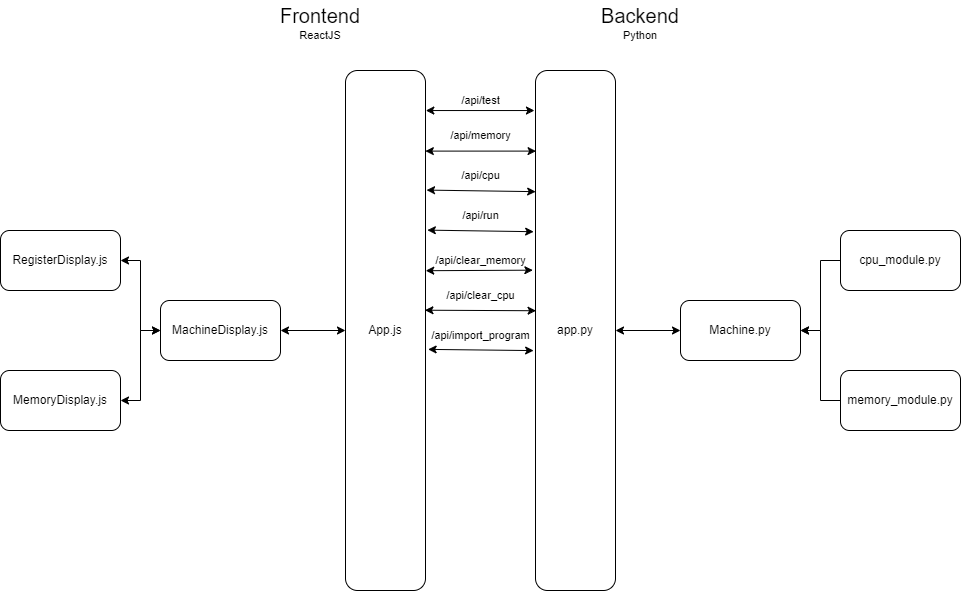
Before: architecture.png, a diagram exported from draw.io (FarisAMZ71/BrookshearMachine). Source tidied: cells renumbered, new cells last; positions are measured from the earlier drawing's top-left corner, leaving out a move shared by most shapes.
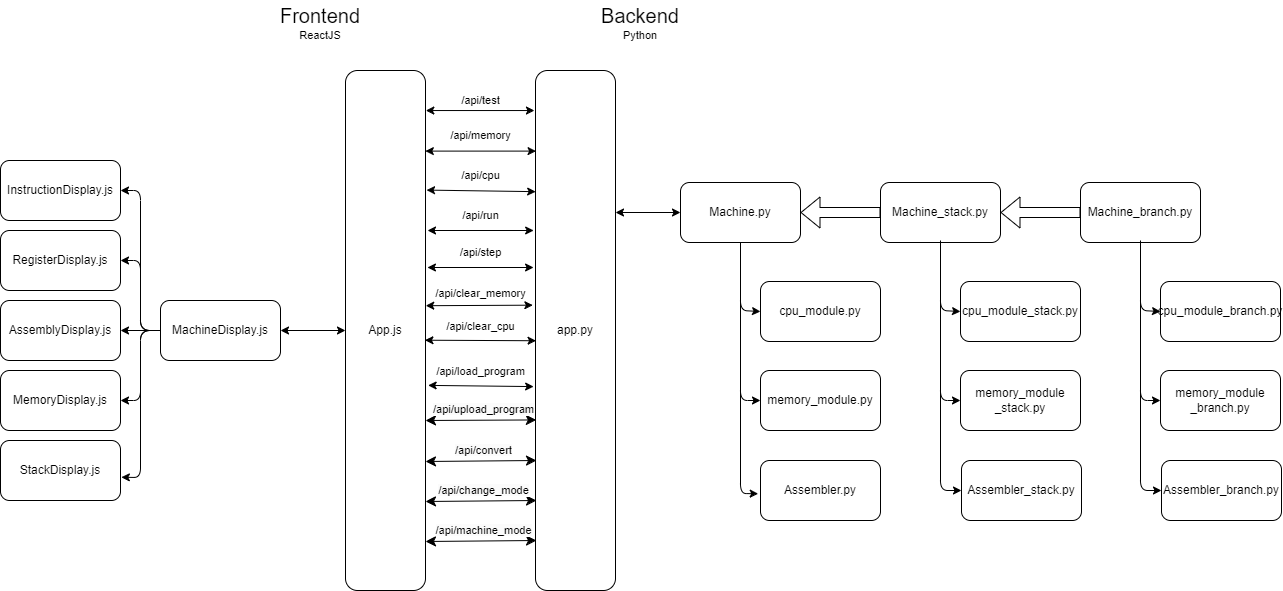
After the commit.

What changed in the source:
```diff
@@ -5,6 +5,33 @@
     <mxCell id="2" value="app.py" style="rounded=1;whiteSpace=wrap;html=1;" parent="1" vertex="1">
       <mxGeometry x="535" y="70" width="80" height="520" as="geometry" />
     </mxCell>
+    <mxCell id="34" style="edgeStyle=none;html=1;exitX=0;exitY=0.5;exitDx=0;exitDy=0;entryX=1;entryY=0.5;entryDx=0;entryDy=0;" parent="1" edge="1" source="3" target="31">
+      <mxGeometry relative="1" as="geometry">
+        <Array as="points">
+          <mxPoint x="140" y="330" />
+          <mxPoint x="140" y="260" />
+        </Array>
+      </mxGeometry>
+    </mxCell>
+    <mxCell id="35" style="edgeStyle=none;html=1;exitX=0;exitY=0.5;exitDx=0;exitDy=0;entryX=1;entryY=0.5;entryDx=0;entryDy=0;" parent="1" edge="1" source="3" target="40">
+      <mxGeometry relative="1" as="geometry" />
+    </mxCell>
+    <mxCell id="36" style="edgeStyle=none;html=1;exitX=0;exitY=0.5;exitDx=0;exitDy=0;entryX=1;entryY=0.5;entryDx=0;entryDy=0;" parent="1" edge="1" source="3" target="33">
+      <mxGeometry relative="1" as="geometry">
+        <Array as="points">
+          <mxPoint x="140" y="330" />
+          <mxPoint x="140" y="400" />
+        </Array>
+      </mxGeometry>
+    </mxCell>
+    <mxCell id="37" style="edgeStyle=none;html=1;exitX=0;exitY=0.5;exitDx=0;exitDy=0;entryX=1;entryY=0.5;entryDx=0;entryDy=0;" parent="1" edge="1" source="3" target="49">
+      <mxGeometry relative="1" as="geometry">
+        <Array as="points">
+          <mxPoint x="140" y="330" />
+          <mxPoint x="140" y="190" />
+        </Array>
+      </mxGeometry>
+    </mxCell>
     <mxCell id="3" value="MachineDisplay.js" style="rounded=1;whiteSpace=wrap;html=1;" parent="1" vertex="1">
       <mxGeometry x="160" y="300" width="120" height="60" as="geometry" />
     </mxCell>
@@ -20,34 +47,33 @@
     <mxCell id="7" value="&lt;font style=&quot;font-size: 11px;&quot;&gt;ReactJS&lt;/font&gt;" style="text;strokeColor=none;align=center;fillColor=none;html=1;verticalAlign=middle;whiteSpace=wrap;rounded=0;" parent="1" vertex="1">
       <mxGeometry x="290" y="20" width="60" height="30" as="geometry" />
     </mxCell>
-    <mxCell id="8" style="edgeStyle=none;rounded=0;html=1;exitX=0;exitY=0.5;exitDx=0;exitDy=0;entryX=1;entryY=0.5;entryDx=0;entryDy=0;strokeColor=default;fontSize=11;startArrow=classic;startFill=1;" parent="1" edge="1" source="9" target="2">
-      <mxGeometry relative="1" as="geometry" />
+    <mxCell id="8" style="edgeStyle=none;rounded=0;html=1;exitX=0;exitY=0.5;exitDx=0;exitDy=0;entryX=1;entryY=0.5;entryDx=0;entryDy=0;strokeColor=default;fontSize=11;startArrow=classic;startFill=1;" parent="1" edge="1" source="9">
+      <mxGeometry relative="1" as="geometry">
+        <mxPoint x="615" y="212" as="targetPoint" />
+      </mxGeometry>
     </mxCell>
+    <mxCell id="38" style="edgeStyle=none;html=1;exitX=0.5;exitY=1;exitDx=0;exitDy=0;entryX=0;entryY=0.5;entryDx=0;entryDy=0;" parent="1" edge="1" source="9" target="45">
+      <mxGeometry relative="1" as="geometry">
+        <Array as="points">
+          <mxPoint x="740" y="310" />
+        </Array>
+      </mxGeometry>
+    </mxCell>
+    <mxCell id="39" style="edgeStyle=none;html=1;exitX=0.5;exitY=1;exitDx=0;exitDy=0;entryX=0;entryY=0.5;entryDx=0;entryDy=0;" parent="1" edge="1" source="9" target="46">
+      <mxGeometry relative="1" as="geometry">
+        <Array as="points">
+          <mxPoint x="740" y="400" />
+        </Array>
+      </mxGeometry>
+    </mxCell>
     <mxCell id="9" value="Machine.py" style="rounded=1;whiteSpace=wrap;html=1;" parent="1" vertex="1">
-      <mxGeometry x="680" y="300" width="120" height="60" as="geometry" />
+      <mxGeometry x="680" y="182" width="120" height="60" as="geometry" />
     </mxCell>
-    <mxCell id="10" style="edgeStyle=none;rounded=0;html=1;exitX=0;exitY=0.5;exitDx=0;exitDy=0;entryX=1;entryY=0.5;entryDx=0;entryDy=0;strokeColor=default;fontSize=11;" parent="1" edge="1" source="11" target="9">
-      <mxGeometry relative="1" as="geometry">
-        <Array as="points">
-          <mxPoint x="820" y="260" />
-          <mxPoint x="820" y="330" />
-        </Array>
-      </mxGeometry>
-    </mxCell>
-    <mxCell id="11" value="cpu_module.py" style="rounded=1;whiteSpace=wrap;html=1;" parent="1" vertex="1">
-      <mxGeometry x="840" y="230" width="120" height="60" as="geometry" />
+    <mxCell id="11" value="cpu_module_stack.py" style="rounded=1;whiteSpace=wrap;html=1;" parent="1" vertex="1">
+      <mxGeometry x="960" y="281" width="120" height="60" as="geometry" />
     </mxCell>
-    <mxCell id="12" style="edgeStyle=none;rounded=0;html=1;exitX=0;exitY=0.5;exitDx=0;exitDy=0;strokeColor=default;fontSize=11;" parent="1" edge="1" source="13">
-      <mxGeometry relative="1" as="geometry">
-        <mxPoint x="800" y="330" as="targetPoint" />
-        <Array as="points">
-          <mxPoint x="820" y="400" />
-          <mxPoint x="820" y="330" />
-        </Array>
-      </mxGeometry>
-    </mxCell>
-    <mxCell id="13" value="memory_module.py" style="rounded=1;whiteSpace=wrap;html=1;" parent="1" vertex="1">
-      <mxGeometry x="840" y="370" width="120" height="60" as="geometry" />
+    <mxCell id="13" value="memory_module&lt;div&gt;_stack.py&lt;/div&gt;" style="rounded=1;whiteSpace=wrap;html=1;" parent="1" vertex="1">
+      <mxGeometry x="960" y="370" width="120" height="60" as="geometry" />
     </mxCell>
     <mxCell id="14" style="edgeStyle=none;rounded=0;html=1;exitX=0;exitY=0.5;exitDx=0;exitDy=0;strokeColor=default;fontSize=11;startArrow=classic;startFill=1;" parent="1" edge="1" source="15" target="3">
       <mxGeometry relative="1" as="geometry" />
@@ -64,14 +90,23 @@
     <mxCell id="18" style="edgeStyle=none;rounded=0;html=1;exitX=1.013;exitY=0.23;exitDx=0;exitDy=0;entryX=0.002;entryY=0.233;entryDx=0;entryDy=0;strokeColor=default;fontSize=11;startArrow=classic;startFill=1;entryPerimeter=0;exitPerimeter=0;" parent="1" edge="1" source="15" target="2">
       <mxGeometry relative="1" as="geometry" />
     </mxCell>
-    <mxCell id="19" style="edgeStyle=none;rounded=0;html=1;exitX=1.023;exitY=0.307;exitDx=0;exitDy=0;entryX=-0.023;entryY=0.31;entryDx=0;entryDy=0;strokeColor=default;fontSize=11;startArrow=classic;startFill=1;entryPerimeter=0;exitPerimeter=0;" parent="1" edge="1" source="15" target="2">
-      <mxGeometry relative="1" as="geometry" />
+    <mxCell id="19" style="edgeStyle=none;rounded=0;html=1;entryX=-0.023;entryY=0.31;entryDx=0;entryDy=0;strokeColor=default;fontSize=11;startArrow=classic;startFill=1;entryPerimeter=0;" parent="1" edge="1">
+      <mxGeometry relative="1" as="geometry">
+        <mxPoint x="427" y="230" as="sourcePoint" />
+        <mxPoint x="533.2" y="230" as="targetPoint" />
+      </mxGeometry>
     </mxCell>
-    <mxCell id="20" style="edgeStyle=none;rounded=0;html=1;exitX=1.003;exitY=0.385;exitDx=0;exitDy=0;entryX=-0.033;entryY=0.384;entryDx=0;entryDy=0;strokeColor=default;fontSize=11;startArrow=classic;startFill=1;entryPerimeter=0;exitPerimeter=0;" parent="1" edge="1" source="15" target="2">
-      <mxGeometry relative="1" as="geometry" />
+    <mxCell id="20" style="edgeStyle=none;rounded=0;html=1;exitX=1.003;exitY=0.385;exitDx=0;exitDy=0;entryX=-0.033;entryY=0.384;entryDx=0;entryDy=0;strokeColor=default;fontSize=11;startArrow=classic;startFill=1;entryPerimeter=0;exitPerimeter=0;" parent="1" edge="1">
+      <mxGeometry relative="1" as="geometry">
+        <mxPoint x="425.2" y="305.2" as="sourcePoint" />
+        <mxPoint x="532.4" y="304.7" as="targetPoint" />
+      </mxGeometry>
     </mxCell>
-    <mxCell id="21" style="edgeStyle=none;rounded=0;html=1;exitX=0.993;exitY=0.461;exitDx=0;exitDy=0;entryX=0.007;entryY=0.462;entryDx=0;entryDy=0;strokeColor=default;fontSize=11;startArrow=classic;startFill=1;entryPerimeter=0;exitPerimeter=0;" parent="1" edge="1" source="15" target="2">
-      <mxGeometry relative="1" as="geometry" />
+    <mxCell id="21" style="edgeStyle=none;rounded=0;html=1;exitX=0.993;exitY=0.461;exitDx=0;exitDy=0;entryX=0.007;entryY=0.462;entryDx=0;entryDy=0;strokeColor=default;fontSize=11;startArrow=classic;startFill=1;entryPerimeter=0;exitPerimeter=0;" parent="1" edge="1">
+      <mxGeometry relative="1" as="geometry">
+        <mxPoint x="424.4" y="339.7" as="sourcePoint" />
+        <mxPoint x="535.6" y="340.2" as="targetPoint" />
+      </mxGeometry>
     </mxCell>
     <mxCell id="22" style="edgeStyle=none;rounded=0;html=1;exitX=0.024;exitY=0.963;exitDx=0;exitDy=0;entryX=0.983;entryY=1.003;entryDx=0;entryDy=0;strokeColor=default;fontSize=11;startArrow=classic;startFill=1;entryPerimeter=0;exitPerimeter=0;" parent="1" edge="1" source="29" target="29">
       <mxGeometry relative="1" as="geometry" />
@@ -88,36 +123,173 @@
     <mxCell id="26" value="/api/run" style="text;html=1;align=center;verticalAlign=middle;strokeColor=none;fillColor=none;fontSize=11;" parent="1" vertex="1">
       <mxGeometry x="450" y="200" width="60" height="30" as="geometry" />
     </mxCell>
-    <mxCell id="27" value="/api/clear_memory" style="text;html=1;align=center;verticalAlign=middle;strokeColor=none;fillColor=none;fontSize=11;" parent="1" vertex="1">
-      <mxGeometry x="425" y="245" width="110" height="30" as="geometry" />
-    </mxCell>
     <mxCell id="28" value="/api/clear_cpu" style="text;html=1;align=center;verticalAlign=middle;strokeColor=none;fillColor=none;fontSize=11;" parent="1" vertex="1">
-      <mxGeometry x="435" y="280" width="90" height="30" as="geometry" />
+      <mxGeometry x="435" y="311" width="90" height="30" as="geometry" />
     </mxCell>
-    <mxCell id="29" value="/api/import_program" style="text;html=1;align=center;verticalAlign=middle;points=[];strokeColor=none;fillColor=none;fontSize=11;" parent="1" vertex="1">
-      <mxGeometry x="425" y="320" width="110" height="30" as="geometry" />
+    <mxCell id="29" value="/api/load_program" style="text;html=1;align=center;verticalAlign=middle;points=[];strokeColor=none;fillColor=none;fontSize=11;" parent="1" vertex="1">
+      <mxGeometry x="425" y="356" width="110" height="30" as="geometry" />
     </mxCell>
-    <mxCell id="30" style="edgeStyle=none;rounded=0;html=1;exitX=1;exitY=0.5;exitDx=0;exitDy=0;entryX=0;entryY=0.5;entryDx=0;entryDy=0;strokeColor=default;fontSize=11;startArrow=classic;startFill=1;" parent="1" edge="1" source="31" target="3">
-      <mxGeometry relative="1" as="geometry">
-        <Array as="points">
-          <mxPoint x="140" y="260" />
-          <mxPoint x="140" y="330" />
-        </Array>
-      </mxGeometry>
-    </mxCell>
     <mxCell id="31" value="RegisterDisplay.js" style="rounded=1;whiteSpace=wrap;html=1;" parent="1" vertex="1">
       <mxGeometry y="230" width="120" height="60" as="geometry" />
     </mxCell>
-    <mxCell id="32" style="edgeStyle=none;rounded=0;html=1;exitX=1;exitY=0.5;exitDx=0;exitDy=0;entryX=0;entryY=0.5;entryDx=0;entryDy=0;strokeColor=default;fontSize=11;startArrow=classic;startFill=1;" parent="1" edge="1" source="33" target="3">
-      <mxGeometry relative="1" as="geometry">
-        <Array as="points">
-          <mxPoint x="140" y="400" />
-          <mxPoint x="140" y="330" />
-        </Array>
-      </mxGeometry>
-    </mxCell>
     <mxCell id="33" value="MemoryDisplay.js" style="rounded=1;whiteSpace=wrap;html=1;" parent="1" vertex="1">
       <mxGeometry y="370" width="120" height="60" as="geometry" />
     </mxCell>
+    <mxCell id="40" value="AssemblyDisplay.js" style="rounded=1;whiteSpace=wrap;html=1;" parent="1" vertex="1">
+      <mxGeometry y="300" width="120" height="60" as="geometry" />
+    </mxCell>
+    <mxCell id="41" style="edgeStyle=none;html=1;exitX=0.5;exitY=1;exitDx=0;exitDy=0;entryX=0;entryY=0.5;entryDx=0;entryDy=0;" parent="1" edge="1" source="44" target="11">
+      <mxGeometry relative="1" as="geometry">
+        <Array as="points">
+          <mxPoint x="940" y="310" />
+        </Array>
+      </mxGeometry>
+    </mxCell>
+    <mxCell id="42" style="edgeStyle=none;html=1;exitX=0.5;exitY=1;exitDx=0;exitDy=0;entryX=0;entryY=0.5;entryDx=0;entryDy=0;" parent="1" edge="1" source="44" target="13">
+      <mxGeometry relative="1" as="geometry">
+        <Array as="points">
+          <mxPoint x="940" y="400" />
+        </Array>
+      </mxGeometry>
+    </mxCell>
+    <mxCell id="43" style="edgeStyle=none;html=1;shape=flexArrow;" parent="1" edge="1" source="44" target="9">
+      <mxGeometry relative="1" as="geometry" />
+    </mxCell>
+    <mxCell id="44" value="Machine_stack.py" style="rounded=1;whiteSpace=wrap;html=1;" parent="1" vertex="1">
+      <mxGeometry x="880" y="182" width="120" height="60" as="geometry" />
+    </mxCell>
+    <mxCell id="45" value="cpu_module.py" style="rounded=1;whiteSpace=wrap;html=1;" parent="1" vertex="1">
+      <mxGeometry x="760" y="281" width="120" height="60" as="geometry" />
+    </mxCell>
+    <mxCell id="46" value="memory_module.py" style="rounded=1;whiteSpace=wrap;html=1;" parent="1" vertex="1">
+      <mxGeometry x="760" y="370" width="120" height="60" as="geometry" />
+    </mxCell>
+    <mxCell id="47" value="Assembler.py" style="rounded=1;whiteSpace=wrap;html=1;" parent="1" vertex="1">
+      <mxGeometry x="760" y="460" width="120" height="60" as="geometry" />
+    </mxCell>
+    <mxCell id="48" value="Stack&lt;span style=&quot;font-family: monospace; font-size: 0px; text-align: start; text-wrap-mode: nowrap;&quot;&gt;%3CmxGraphModel%3E%3Croot%3E%3CmxCell%20id%3D%220%22%2F%3E%3CmxCell%20id%3D%221%22%20parent%3D%220%22%2F%3E%3CmxCell%20id%3D%222%22%20value%3D%22MemoryDisplay.js%22%20style%3D%22rounded%3D1%3BwhiteSpace%3Dwrap%3Bhtml%3D1%3B%22%20vertex%3D%221%22%20parent%3D%221%22%3E%3CmxGeometry%20x%3D%22-480%22%20y%3D%22430%22%20width%3D%22120%22%20height%3D%2260%22%20as%3D%22geometry%22%2F%3E%3C%2FmxCell%3E%3C%2Froot%3E%3C%2FmxGraphModel%3E&lt;/span&gt;Display.js" style="rounded=1;whiteSpace=wrap;html=1;" parent="1" vertex="1">
+      <mxGeometry y="440" width="120" height="60" as="geometry" />
+    </mxCell>
+    <mxCell id="49" value="&lt;div style=&quot;text-align: center;&quot;&gt;&lt;span style=&quot;background-color: transparent; text-align: start;&quot;&gt;Instruction&lt;/span&gt;&lt;span style=&quot;background-color: transparent; text-wrap-mode: nowrap; font-family: monospace; font-size: 0px; text-align: start;&quot;&gt;%3CmxGraphModel%3E%3Croot%3E%3CmxCell%20id%3D%220%22%2F%3E%3CmxCell%20id%3D%221%22%20parent%3D%220%22%2F%3E%3CmxCell%20id%3D%222%22%20value%3D%22MemoryDisplay.js%22%20style%3D%22rounded%3D1%3BwhiteSpace%3Dwrap%3Bhtml%3D1%3B%22%20vertex%3D%221%22%20parent%3D%221%22%3E%3CmxGeometry%20x%3D%22-480%22%20y%3D%22430%22%20width%3D%22120%22%20height%3D%2260%22%20as%3D%22geometry%22%2F%3E%3C%2FmxCell%3E%3C%2Froot%3E%3C%2FmxGraphModel%3E&lt;/span&gt;&lt;span style=&quot;background-color: transparent;&quot;&gt;Display.js&lt;/span&gt;&lt;/div&gt;" style="rounded=1;whiteSpace=wrap;html=1;" parent="1" vertex="1">
+      <mxGeometry y="160" width="120" height="60" as="geometry" />
+    </mxCell>
+    <mxCell id="50" style="edgeStyle=none;html=1;exitX=0;exitY=0.5;exitDx=0;exitDy=0;entryX=1.007;entryY=0.613;entryDx=0;entryDy=0;entryPerimeter=0;" parent="1" edge="1" source="3" target="48">
+      <mxGeometry relative="1" as="geometry">
+        <Array as="points">
+          <mxPoint x="140" y="330" />
+          <mxPoint x="140" y="477" />
+        </Array>
+      </mxGeometry>
+    </mxCell>
+    <mxCell id="51" style="edgeStyle=none;rounded=0;html=1;entryX=-0.023;entryY=0.31;entryDx=0;entryDy=0;strokeColor=default;fontSize=11;startArrow=classic;startFill=1;entryPerimeter=0;" parent="1" edge="1">
+      <mxGeometry relative="1" as="geometry">
+        <mxPoint x="426.9" y="267" as="sourcePoint" />
+        <mxPoint x="533.1" y="267" as="targetPoint" />
+      </mxGeometry>
+    </mxCell>
+    <mxCell id="52" value="/api/step" style="text;html=1;align=center;verticalAlign=middle;strokeColor=none;fillColor=none;fontSize=11;" parent="1" vertex="1">
+      <mxGeometry x="444.9" y="237" width="70" height="30" as="geometry" />
+    </mxCell>
+    <mxCell id="27" value="&lt;span style=&quot;color: rgb(0, 0, 0); font-size: 11px;&quot;&gt;/api/clear_memory&lt;/span&gt;" style="text;html=1;align=center;verticalAlign=middle;strokeColor=none;fillColor=none;" parent="1" vertex="1">
+      <mxGeometry x="425" y="278" width="110" height="30" as="geometry" />
+    </mxCell>
+    <mxCell id="53" style="edgeStyle=none;jettySize=auto;html=1;endArrow=classic;startArrow=classic;endSize=8;startSize=8;entryX=0.01;entryY=0.672;entryDx=0;entryDy=0;entryPerimeter=0;" parent="1" edge="1" target="2">
+      <mxGeometry relative="1" as="geometry">
+        <mxPoint x="425" y="420" as="sourcePoint" />
+      </mxGeometry>
+    </mxCell>
+    <mxCell id="54" value="&lt;span style=&quot;color: rgb(0, 0, 0); background-color: rgb(251, 251, 251);&quot;&gt;/api/upload_program&lt;/span&gt;" style="edgeLabel;html=1;align=center;verticalAlign=middle;" parent="53" vertex="1">
+      <mxGeometry x="0.04" y="-1" relative="1" as="geometry">
+        <mxPoint y="-12" as="offset" />
+      </mxGeometry>
+    </mxCell>
+    <mxCell id="55" style="edgeStyle=none;orthogonalLoop=1;jettySize=auto;html=1;endArrow=classic;startArrow=classic;endSize=8;startSize=8;entryX=0.01;entryY=0.672;entryDx=0;entryDy=0;entryPerimeter=0;" parent="1" edge="1">
+      <mxGeometry relative="1" as="geometry">
+        <mxPoint x="425" y="461" as="sourcePoint" />
+        <mxPoint x="536" y="460" as="targetPoint" />
+      </mxGeometry>
+    </mxCell>
+    <mxCell id="56" value="&lt;span style=&quot;color: rgb(0, 0, 0); background-color: rgb(251, 251, 251);&quot;&gt;/api/convert&lt;/span&gt;" style="edgeLabel;html=1;align=center;verticalAlign=middle;" parent="55" vertex="1">
+      <mxGeometry x="0.04" y="-1" relative="1" as="geometry">
+        <mxPoint y="-12" as="offset" />
+      </mxGeometry>
+    </mxCell>
+    <mxCell id="57" style="edgeStyle=none;orthogonalLoop=1;jettySize=auto;html=1;endArrow=classic;startArrow=classic;endSize=8;startSize=8;entryX=0.01;entryY=0.672;entryDx=0;entryDy=0;entryPerimeter=0;" parent="1" edge="1">
+      <mxGeometry relative="1" as="geometry">
+        <mxPoint x="425" y="501" as="sourcePoint" />
+        <mxPoint x="536" y="500" as="targetPoint" />
+      </mxGeometry>
+    </mxCell>
+    <mxCell id="58" value="&lt;span style=&quot;color: rgb(0, 0, 0); background-color: rgb(251, 251, 251);&quot;&gt;/api/change_mode&lt;/span&gt;" style="edgeLabel;html=1;align=center;verticalAlign=middle;" parent="57" vertex="1">
+      <mxGeometry x="0.04" y="-1" relative="1" as="geometry">
+        <mxPoint y="-12" as="offset" />
+      </mxGeometry>
+    </mxCell>
+    <mxCell id="59" style="edgeStyle=none;orthogonalLoop=1;jettySize=auto;html=1;endArrow=classic;startArrow=classic;endSize=8;startSize=8;entryX=0.01;entryY=0.672;entryDx=0;entryDy=0;entryPerimeter=0;" parent="1" edge="1">
+      <mxGeometry relative="1" as="geometry">
+        <mxPoint x="425" y="541" as="sourcePoint" />
+        <mxPoint x="536" y="540" as="targetPoint" />
+      </mxGeometry>
+    </mxCell>
+    <mxCell id="60" value="&lt;span style=&quot;color: rgb(0, 0, 0); background-color: rgb(251, 251, 251);&quot;&gt;/api/machine_mode&lt;/span&gt;" style="edgeLabel;html=1;align=center;verticalAlign=middle;" parent="59" vertex="1">
+      <mxGeometry x="0.04" y="-1" relative="1" as="geometry">
+        <mxPoint y="-12" as="offset" />
+      </mxGeometry>
+    </mxCell>
+    <mxCell id="61" style="edgeStyle=none;html=1;exitX=0.5;exitY=1;exitDx=0;exitDy=0;entryX=-0.019;entryY=0.554;entryDx=0;entryDy=0;entryPerimeter=0;" parent="1" edge="1" source="9" target="47">
+      <mxGeometry relative="1" as="geometry">
+        <Array as="points">
+          <mxPoint x="740" y="493" />
+        </Array>
+      </mxGeometry>
+    </mxCell>
+    <mxCell id="62" style="edgeStyle=none;html=1;entryX=0;entryY=0.5;entryDx=0;entryDy=0;" parent="1" edge="1" target="63">
+      <mxGeometry relative="1" as="geometry">
+        <mxPoint x="940" y="240" as="sourcePoint" />
+        <Array as="points">
+          <mxPoint x="940" y="490" />
+        </Array>
+      </mxGeometry>
+    </mxCell>
+    <mxCell id="63" value="Assembler_stack.py" style="rounded=1;whiteSpace=wrap;html=1;" parent="1" vertex="1">
+      <mxGeometry x="961" y="460" width="120" height="60" as="geometry" />
+    </mxCell>
+    <mxCell id="64" value="cpu_module_&lt;span style=&quot;color: rgb(0, 0, 0);&quot;&gt;branch&lt;/span&gt;.py" style="rounded=1;whiteSpace=wrap;html=1;" parent="1" vertex="1">
+      <mxGeometry x="1160" y="281" width="120" height="60" as="geometry" />
+    </mxCell>
+    <mxCell id="65" value="memory_module&lt;div&gt;_&lt;span style=&quot;color: rgb(0, 0, 0);&quot;&gt;branch&lt;/span&gt;.py&lt;/div&gt;" style="rounded=1;whiteSpace=wrap;html=1;" parent="1" vertex="1">
+      <mxGeometry x="1160" y="370" width="120" height="60" as="geometry" />
+    </mxCell>
+    <mxCell id="66" style="edgeStyle=none;html=1;exitX=0.5;exitY=1;exitDx=0;exitDy=0;entryX=0;entryY=0.5;entryDx=0;entryDy=0;" parent="1" edge="1" source="69" target="64">
+      <mxGeometry relative="1" as="geometry">
+        <Array as="points">
+          <mxPoint x="1140" y="310" />
+        </Array>
+      </mxGeometry>
+    </mxCell>
+    <mxCell id="67" style="edgeStyle=none;html=1;exitX=0.5;exitY=1;exitDx=0;exitDy=0;entryX=0;entryY=0.5;entryDx=0;entryDy=0;" parent="1" edge="1" source="69" target="65">
+      <mxGeometry relative="1" as="geometry">
+        <Array as="points">
+          <mxPoint x="1140" y="400" />
+        </Array>
+      </mxGeometry>
+    </mxCell>
+    <mxCell id="68" style="edgeStyle=none;html=1;shape=flexArrow;" parent="1" edge="1" source="69" target="44">
+      <mxGeometry relative="1" as="geometry" />
+    </mxCell>
+    <mxCell id="69" value="Machine_&lt;span style=&quot;color: rgb(0, 0, 0);&quot;&gt;branch&lt;/span&gt;.py" style="rounded=1;whiteSpace=wrap;html=1;" parent="1" vertex="1">
+      <mxGeometry x="1080" y="182" width="120" height="60" as="geometry" />
+    </mxCell>
+    <mxCell id="70" style="edgeStyle=none;html=1;entryX=0;entryY=0.5;entryDx=0;entryDy=0;" parent="1" edge="1" target="71">
+      <mxGeometry relative="1" as="geometry">
+        <mxPoint x="1140" y="240" as="sourcePoint" />
+        <Array as="points">
+          <mxPoint x="1140" y="490" />
+        </Array>
+      </mxGeometry>
+    </mxCell>
+    <mxCell id="71" value="Assembler_&lt;span style=&quot;color: rgb(0, 0, 0);&quot;&gt;branch&lt;/span&gt;.py" style="rounded=1;whiteSpace=wrap;html=1;" parent="1" vertex="1">
+      <mxGeometry x="1161" y="460" width="120" height="60" as="geometry" />
+    </mxCell>
   </root>
 </mxGraphModel>
```
